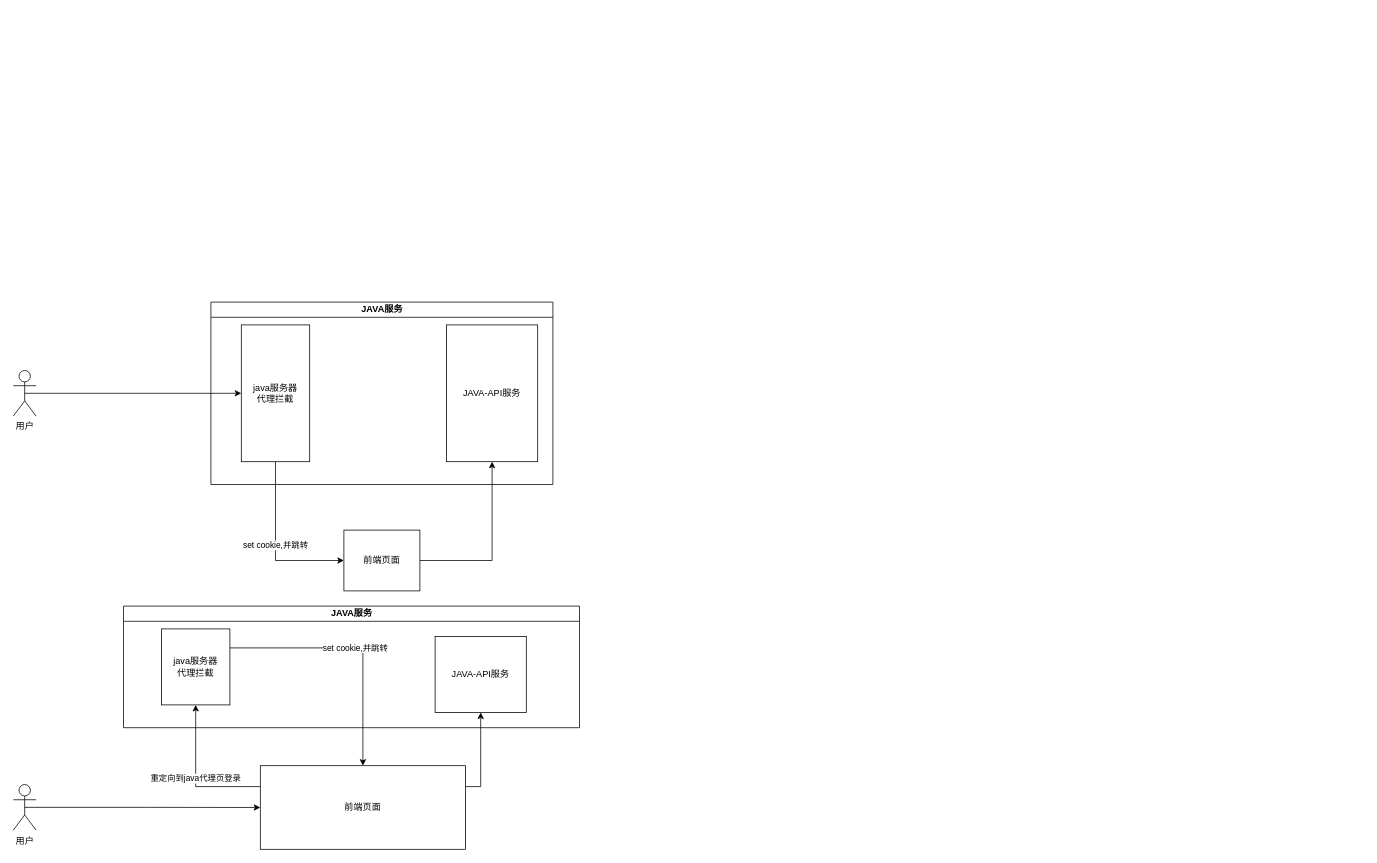
This is StudyDemo/src/现在的登录流程.drawio from keyeze/StudyPlace, a draw.io file, before an edit. Source tidied: cells renumbered, new cells numbered last; positions are measured from the earlier drawing's top-left corner, leaving out a move shared by most shapes. Both pictures are drawn from the tidied source at 76%, with x=0, y=0 at pixel (13, 302).
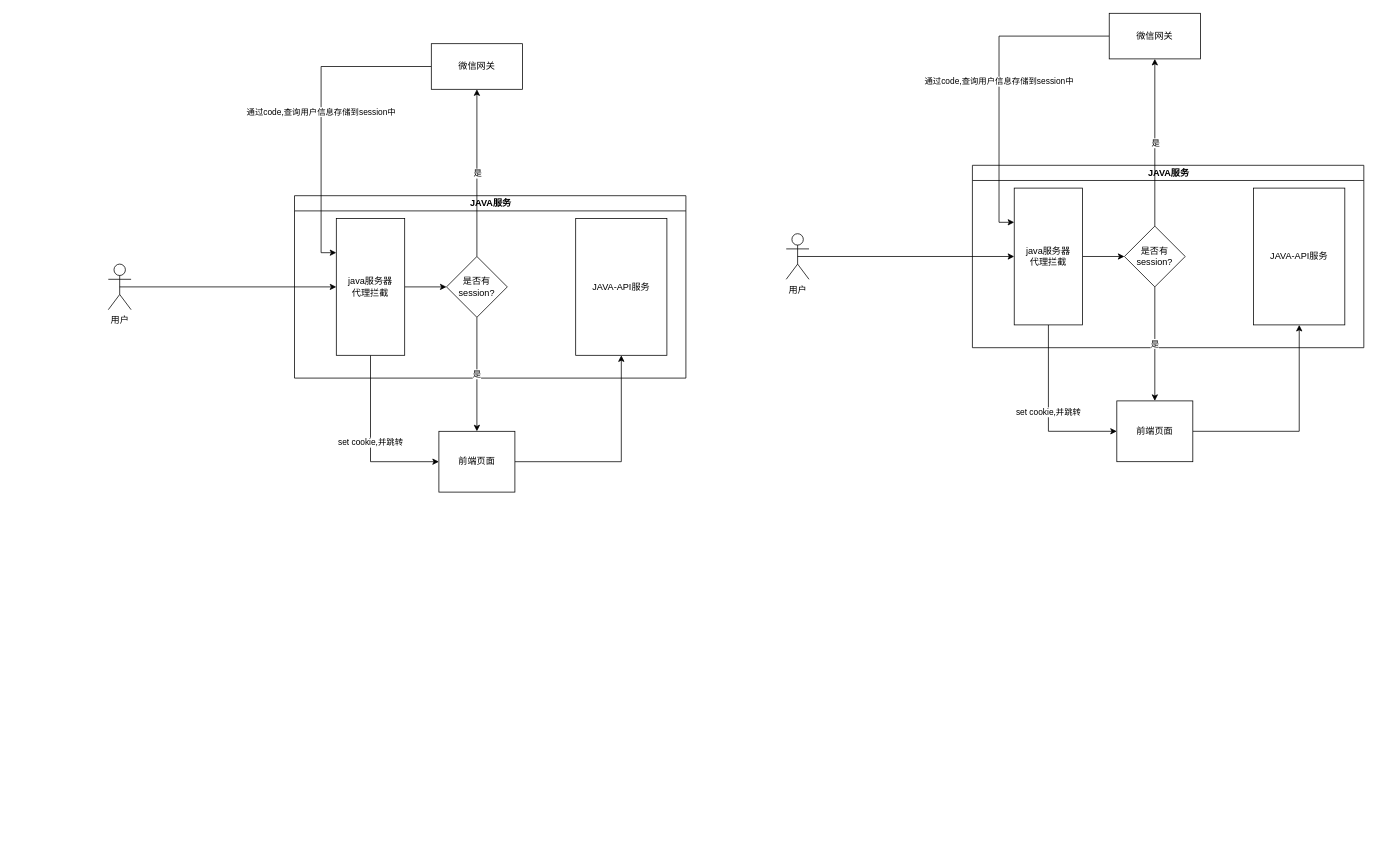
The same diagram, later.

Commit message:
更新现在的登录流程.drawio

Diff of the diagram source:
```diff
@@
     <mxCell id="4" value="前端页面" style="rounded=0;whiteSpace=wrap;html=1;" parent="1" vertex="1">
-      <mxGeometry x="435" y="300" width="100" height="80" as="geometry" />
+      <mxGeometry x="560" y="170" width="100" height="80" as="geometry" />
     </mxCell>
     <mxCell id="5" value="JAVA服务" style="swimlane;html=1;startSize=20;horizontal=1;containerType=tree;" parent="1" vertex="1">
-      <mxGeometry x="260" width="450" height="240" as="geometry" />
+      <mxGeometry x="370" y="-140" width="515" height="240" as="geometry" />
     </mxCell>
+    <mxCell id="19" style="edgeStyle=orthogonalEdgeStyle;rounded=0;jettySize=auto;html=1;exitX=1;exitY=0.5;exitDx=0;exitDy=0;entryX=0;entryY=0.5;entryDx=0;entryDy=0;" parent="5" edge="1" source="6" target="20">
+      <mxGeometry relative="1" as="geometry" />
+    </mxCell>
     <mxCell id="6" value="java服务器&lt;br&gt;代理拦截" style="rounded=0;whiteSpace=wrap;html=1;" parent="5" vertex="1">
-      <mxGeometry x="40" y="30" width="90" height="180" as="geometry" />
+      <mxGeometry x="55" y="30" width="90" height="180" as="geometry" />
     </mxCell>
     <mxCell id="7" value="JAVA-API服务" style="rounded=0;whiteSpace=wrap;html=1;" parent="5" vertex="1">
-      <mxGeometry x="310" y="30" width="120" height="180" as="geometry" />
+      <mxGeometry x="370" y="30" width="120" height="180" as="geometry" />
     </mxCell>
+    <mxCell id="20" value="是否有session?" style="rhombus;whiteSpace=wrap;html=1;" parent="5" vertex="1">
+      <mxGeometry x="200" y="80" width="80" height="80" as="geometry" />
+    </mxCell>
+    <mxCell id="21" value="是" style="edgeStyle=orthogonalEdgeStyle;rounded=0;jettySize=auto;html=1;exitX=0.5;exitY=0;exitDx=0;exitDy=0;" parent="5" edge="1" source="20">
+      <mxGeometry relative="1" as="geometry">
+        <mxPoint x="240" y="-140" as="targetPoint" />
+      </mxGeometry>
+    </mxCell>
-    <mxCell id="8" style="edgeStyle=orthogonalEdgeStyle;rounded=0;jettySize=auto;html=1;exitX=0.5;exitY=0.5;exitDx=0;exitDy=0;exitPerimeter=0;" parent="1" edge="1" source="9" target="6">
+    <mxCell id="8" style="edgeStyle=orthogonalEdgeStyle;rounded=0;jettySize=auto;html=1;exitX=0.5;exitY=0.5;exitDx=0;exitDy=0;exitPerimeter=0;entryX=0;entryY=0.5;entryDx=0;entryDy=0;" parent="1" edge="1" source="9" target="6">
       <mxGeometry relative="1" as="geometry" />
     </mxCell>
     <mxCell id="9" value="用户" style="shape=umlActor;verticalLabelPosition=bottom;labelBackgroundColor=#ffffff;verticalAlign=top;html=1;outlineConnect=0;" parent="1" vertex="1">
-      <mxGeometry y="90" width="30" height="60" as="geometry" />
+      <mxGeometry x="125" y="-50" width="30" height="60" as="geometry" />
     </mxCell>
+    <mxCell id="22" value="是" style="edgeStyle=orthogonalEdgeStyle;rounded=0;jettySize=auto;html=1;exitX=0.5;exitY=1;exitDx=0;exitDy=0;entryX=0.5;entryY=0;entryDx=0;entryDy=0;" parent="1" edge="1" source="20" target="4">
+      <mxGeometry relative="1" as="geometry" />
+    </mxCell>
+    <mxCell id="23" value="通过code,查询用户信息存储到session中" style="edgeStyle=orthogonalEdgeStyle;rounded=0;jettySize=auto;html=1;exitX=0;exitY=0.5;exitDx=0;exitDy=0;entryX=0;entryY=0.25;entryDx=0;entryDy=0;" parent="1" edge="1" source="24" target="6">
+      <mxGeometry relative="1" as="geometry" />
+    </mxCell>
+    <mxCell id="24" value="微信网关" style="rounded=0;whiteSpace=wrap;html=1;" parent="1" vertex="1">
+      <mxGeometry x="550" y="-340" width="120" height="60" as="geometry" />
+    </mxCell>
-    <mxCell id="10" value="set cookie,并跳转" style="edgeStyle=orthogonalEdgeStyle;rounded=0;jettySize=auto;html=1;exitX=1;exitY=0.25;exitDx=0;exitDy=0;entryX=0.5;entryY=0;entryDx=0;entryDy=0;" parent="1" edge="1" source="15" target="13">
+    <mxCell id="10" value="set cookie,并跳转" style="edgeStyle=orthogonalEdgeStyle;rounded=0;jettySize=auto;html=1;exitX=0.5;exitY=1;exitDx=0;exitDy=0;entryX=0;entryY=0.5;entryDx=0;entryDy=0;" parent="1" edge="1" source="15" target="13">
       <mxGeometry relative="1" as="geometry" />
     </mxCell>
-    <mxCell id="11" style="edgeStyle=orthogonalEdgeStyle;rounded=0;jettySize=auto;html=1;exitX=1;exitY=0.25;exitDx=0;exitDy=0;entryX=0.5;entryY=1;entryDx=0;entryDy=0;" parent="1" edge="1" source="13" target="16">
+    <mxCell id="11" style="edgeStyle=orthogonalEdgeStyle;rounded=0;jettySize=auto;html=1;exitX=1;exitY=0.5;exitDx=0;exitDy=0;entryX=0.5;entryY=1;entryDx=0;entryDy=0;" parent="1" edge="1" source="13" target="16">
       <mxGeometry relative="1" as="geometry" />
     </mxCell>
-    <mxCell id="12" value="重定向到java代理页登录" style="edgeStyle=orthogonalEdgeStyle;rounded=0;jettySize=auto;html=1;exitX=0;exitY=0.25;exitDx=0;exitDy=0;entryX=0.5;entryY=1;entryDx=0;entryDy=0;" parent="1" edge="1" source="13" target="15">
-      <mxGeometry relative="1" as="geometry" />
-    </mxCell>
     <mxCell id="13" value="前端页面" style="rounded=0;whiteSpace=wrap;html=1;" parent="1" vertex="1">
-      <mxGeometry x="325" y="610" width="270" height="110" as="geometry" />
+      <mxGeometry x="1452" y="130" width="100" height="80" as="geometry" />
     </mxCell>
     <mxCell id="14" value="JAVA服务" style="swimlane;html=1;startSize=20;horizontal=1;containerType=tree;" parent="1" vertex="1">
-      <mxGeometry x="145" y="400" width="600" height="160" as="geometry" />
+      <mxGeometry x="1262" y="-180" width="515" height="240" as="geometry" />
     </mxCell>
+    <mxCell id="25" style="edgeStyle=orthogonalEdgeStyle;rounded=0;jettySize=auto;html=1;exitX=1;exitY=0.5;exitDx=0;exitDy=0;entryX=0;entryY=0.5;entryDx=0;entryDy=0;" parent="14" edge="1" source="15" target="26">
+      <mxGeometry relative="1" as="geometry" />
+    </mxCell>
     <mxCell id="15" value="java服务器&lt;br&gt;代理拦截" style="rounded=0;whiteSpace=wrap;html=1;" parent="14" vertex="1">
-      <mxGeometry x="50" y="30" width="90" height="100" as="geometry" />
+      <mxGeometry x="55" y="30" width="90" height="180" as="geometry" />
     </mxCell>
     <mxCell id="16" value="JAVA-API服务" style="rounded=0;whiteSpace=wrap;html=1;" parent="14" vertex="1">
-      <mxGeometry x="410" y="40" width="120" height="100" as="geometry" />
+      <mxGeometry x="370" y="30" width="120" height="180" as="geometry" />
     </mxCell>
-    <mxCell id="17" style="edgeStyle=orthogonalEdgeStyle;rounded=0;jettySize=auto;html=1;exitX=0.5;exitY=0.5;exitDx=0;exitDy=0;exitPerimeter=0;entryX=0;entryY=0.5;entryDx=0;entryDy=0;" parent="1" edge="1" source="18" target="13">
-      <mxGeometry relative="1" as="geometry" />
-    </mxCell>
+    <mxCell id="26" value="是否有session?" style="rhombus;whiteSpace=wrap;html=1;" parent="14" vertex="1">
+      <mxGeometry x="200" y="80" width="80" height="80" as="geometry" />
+    </mxCell>
+    <mxCell id="27" value="是" style="edgeStyle=orthogonalEdgeStyle;rounded=0;jettySize=auto;html=1;exitX=0.5;exitY=0;exitDx=0;exitDy=0;" parent="14" edge="1" source="26">
+      <mxGeometry relative="1" as="geometry">
+        <mxPoint x="240" y="-140" as="targetPoint" />
+      </mxGeometry>
+    </mxCell>
+    <mxCell id="28" style="edgeStyle=orthogonalEdgeStyle;rounded=0;jettySize=auto;html=1;exitX=0.5;exitY=0.5;exitDx=0;exitDy=0;exitPerimeter=0;entryX=0;entryY=0.5;entryDx=0;entryDy=0;" parent="1" edge="1" source="18" target="15">
+      <mxGeometry relative="1" as="geometry" />
+    </mxCell>
     <mxCell id="18" value="用户" style="shape=umlActor;verticalLabelPosition=bottom;labelBackgroundColor=#ffffff;verticalAlign=top;html=1;outlineConnect=0;" parent="1" vertex="1">
-      <mxGeometry y="634.8" width="30" height="60" as="geometry" />
+      <mxGeometry x="1017" y="-90" width="30" height="60" as="geometry" />
     </mxCell>
+    <mxCell id="29" value="是" style="edgeStyle=orthogonalEdgeStyle;rounded=0;jettySize=auto;html=1;exitX=0.5;exitY=1;exitDx=0;exitDy=0;entryX=0.5;entryY=0;entryDx=0;entryDy=0;" parent="1" edge="1" source="26" target="13">
+      <mxGeometry relative="1" as="geometry" />
+    </mxCell>
+    <mxCell id="30" value="通过code,查询用户信息存储到session中" style="edgeStyle=orthogonalEdgeStyle;rounded=0;jettySize=auto;html=1;exitX=0;exitY=0.5;exitDx=0;exitDy=0;entryX=0;entryY=0.25;entryDx=0;entryDy=0;" parent="1" edge="1" source="31" target="15">
+      <mxGeometry relative="1" as="geometry" />
+    </mxCell>
+    <mxCell id="31" value="微信网关" style="rounded=0;whiteSpace=wrap;html=1;" parent="1" vertex="1">
+      <mxGeometry x="1442" y="-380" width="120" height="60" as="geometry" />
+    </mxCell>
```
